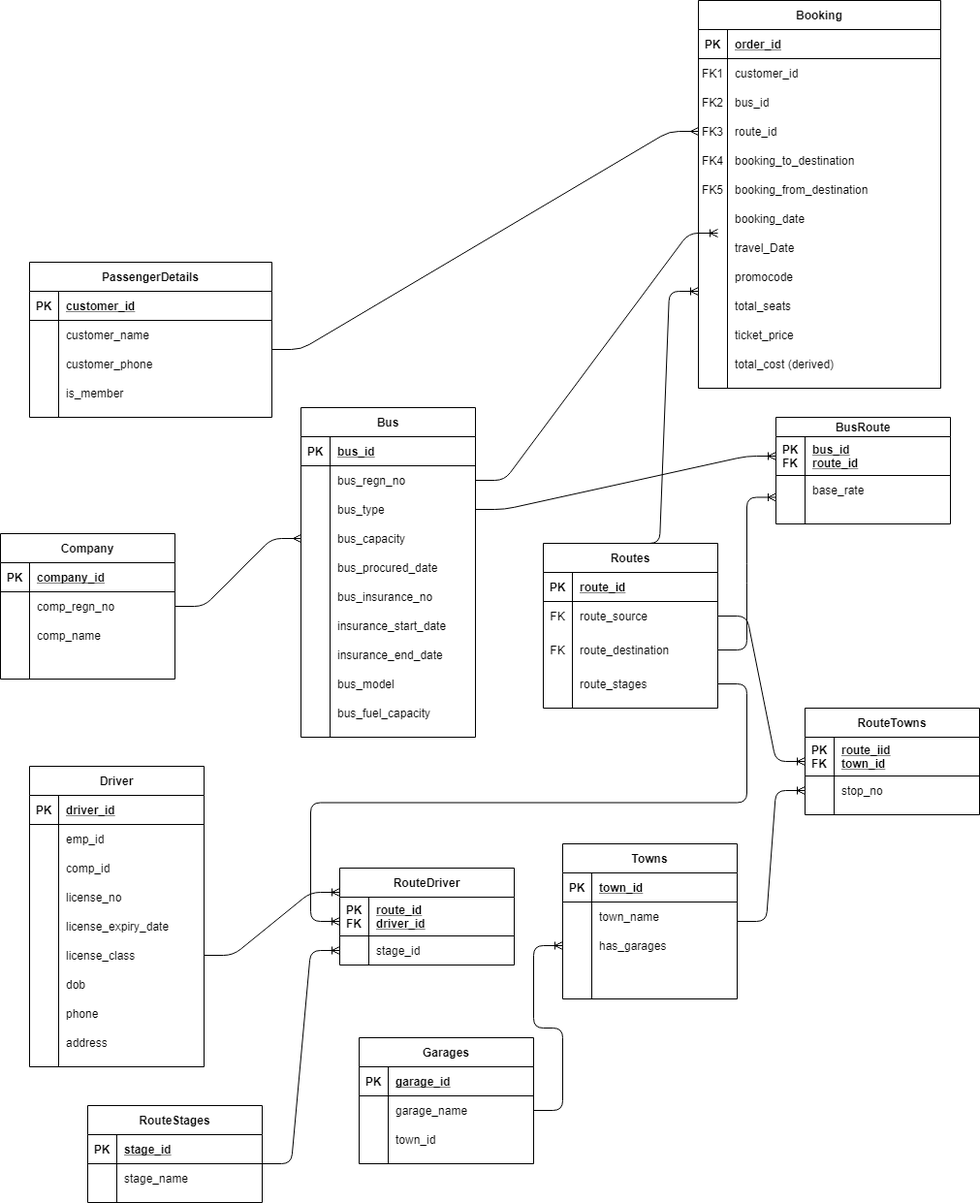
hastyhoop/portfolio keeps this draw.io diagram as Untitled Diagram.png. Above is the earlier version. Source tidied: cells renumbered, new cells last; positions are measured from the earlier drawing's top-left corner, leaving out a move shared by most shapes.
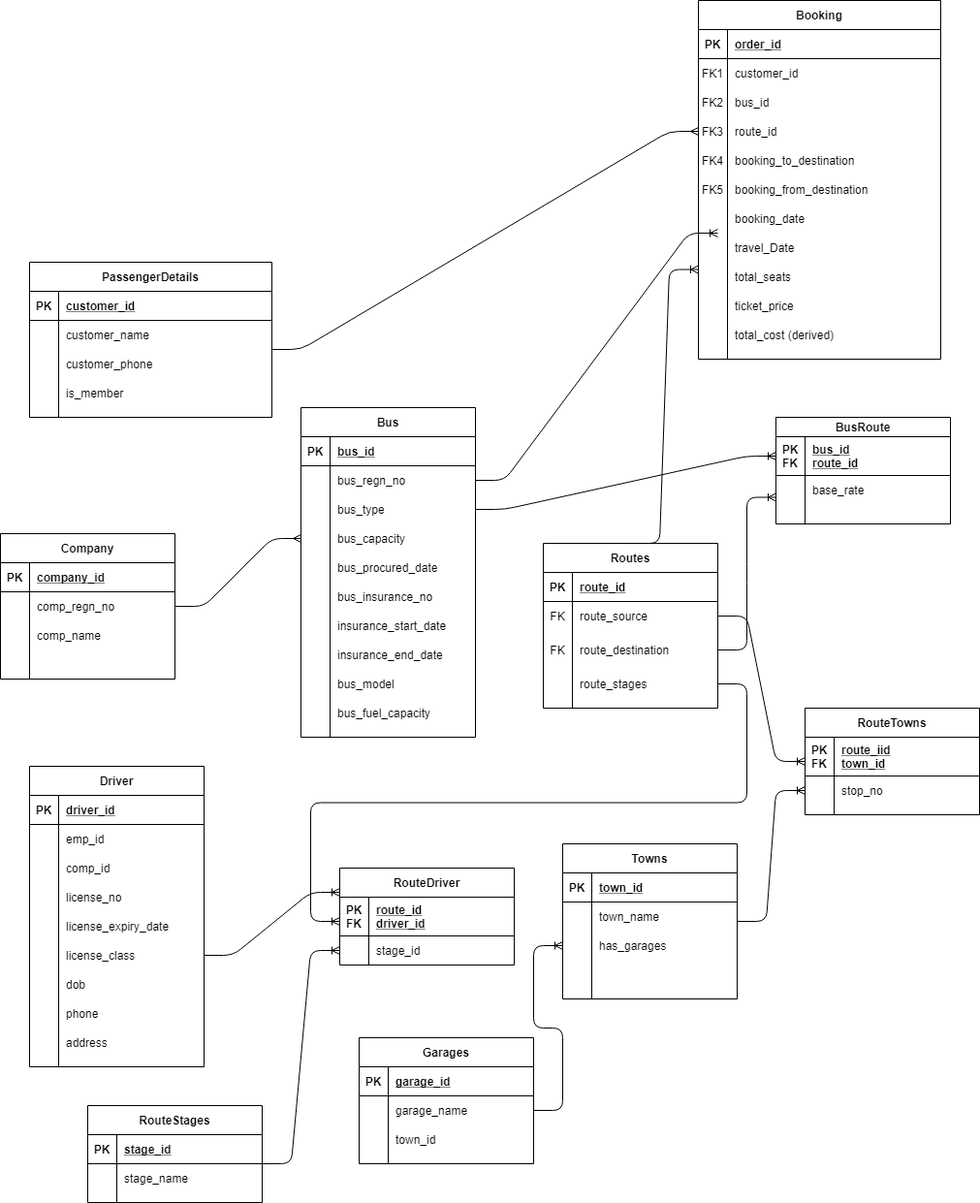
The same file after the commit.

Diff of the diagram source:
```diff
@@ -3,7 +3,7 @@
     <mxCell id="0" />
     <mxCell id="1" parent="0" />
     <mxCell id="2" value="Booking" style="shape=table;startSize=30;rowLines=0;fontStyle=1;align=center;" parent="1" vertex="1">
-      <mxGeometry x="720" width="250" height="400" as="geometry" />
+      <mxGeometry x="720" width="250" height="370" as="geometry" />
     </mxCell>
     <mxCell id="3" style="shape=partialRectangle;fillColor=none;top=0;left=0;right=0;bottom=1;" parent="2" vertex="1">
       <mxGeometry y="30" width="250" height="30" as="geometry" />
@@ -77,17 +77,8 @@
     <mxCell id="26" value="travel_Date" style="shape=partialRectangle;overflow=hidden;fillColor=none;top=0;left=0;bottom=0;right=0;align=left;spacingLeft=6;" parent="24" vertex="1">
       <mxGeometry x="30" width="220" height="30" as="geometry" />
     </mxCell>
-    <mxCell id="27" style="shape=partialRectangle;fillColor=none;top=0;left=0;right=0;bottom=0;" parent="2" vertex="1">
-      <mxGeometry y="270" width="250" height="30" as="geometry" />
-    </mxCell>
-    <mxCell id="28" style="shape=partialRectangle;overflow=hidden;fillColor=none;top=0;left=0;bottom=0;right=0;" parent="27" vertex="1">
-      <mxGeometry width="30" height="30" as="geometry" />
-    </mxCell>
-    <mxCell id="29" value="promocode" style="shape=partialRectangle;overflow=hidden;fillColor=none;top=0;left=0;bottom=0;right=0;align=left;spacingLeft=6;" parent="27" vertex="1">
-      <mxGeometry x="30" width="220" height="30" as="geometry" />
-    </mxCell>
     <mxCell id="30" style="shape=partialRectangle;fillColor=none;top=0;left=0;right=0;bottom=0;" parent="2" vertex="1">
-      <mxGeometry y="300" width="250" height="30" as="geometry" />
+      <mxGeometry y="270" width="250" height="30" as="geometry" />
     </mxCell>
     <mxCell id="31" style="shape=partialRectangle;overflow=hidden;fillColor=none;top=0;left=0;bottom=0;right=0;" parent="30" vertex="1">
       <mxGeometry width="30" height="30" as="geometry" />
@@ -96,7 +87,7 @@
       <mxGeometry x="30" width="220" height="30" as="geometry" />
     </mxCell>
     <mxCell id="33" style="shape=partialRectangle;fillColor=none;top=0;left=0;right=0;bottom=0;" parent="2" vertex="1">
-      <mxGeometry y="330" width="250" height="30" as="geometry" />
+      <mxGeometry y="300" width="250" height="30" as="geometry" />
     </mxCell>
     <mxCell id="34" style="shape=partialRectangle;overflow=hidden;fillColor=none;top=0;left=0;bottom=0;right=0;" parent="33" vertex="1">
       <mxGeometry width="30" height="30" as="geometry" />
@@ -105,7 +96,7 @@
       <mxGeometry x="30" width="220" height="30" as="geometry" />
     </mxCell>
     <mxCell id="36" style="shape=partialRectangle;fillColor=none;top=0;left=0;right=0;bottom=0;" parent="2" vertex="1">
-      <mxGeometry y="360" width="250" height="30" as="geometry" />
+      <mxGeometry y="330" width="250" height="30" as="geometry" />
     </mxCell>
     <mxCell id="37" style="shape=partialRectangle;overflow=hidden;fillColor=none;top=0;left=0;bottom=0;right=0;" parent="36" vertex="1">
       <mxGeometry width="30" height="30" as="geometry" />
```
